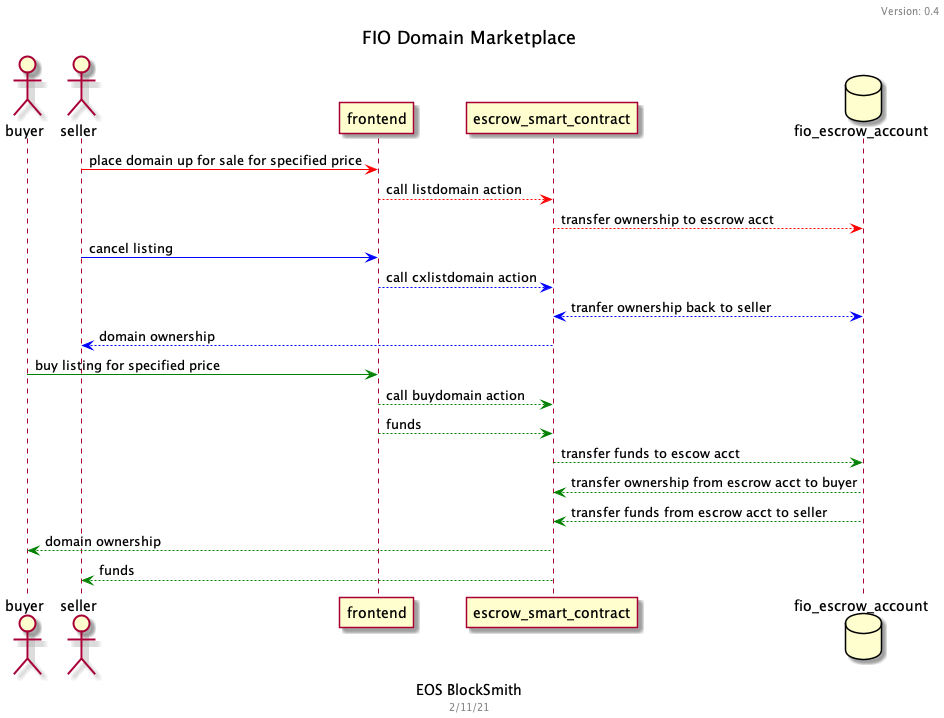
This is FIO Domain Marketplace.png from iwill610/FDM_UMLsd, a PlantUML export, as it was before one commit.
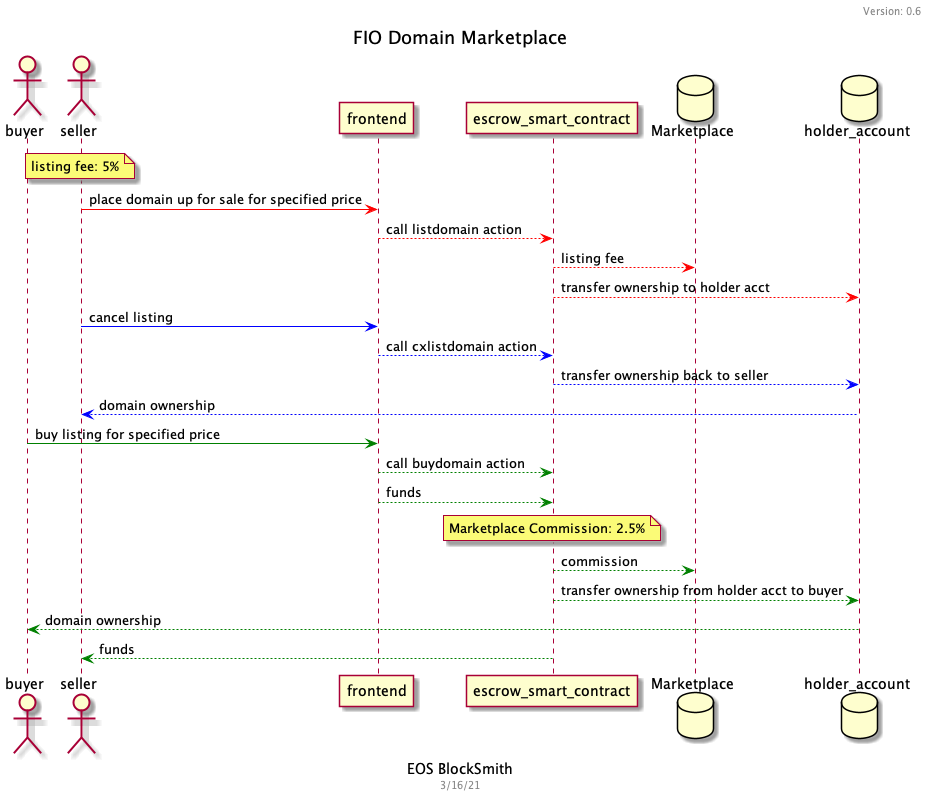
Later version of the same file.

Diff of the diagram source:
```diff
@@ -3,42 +3,48 @@
 
 
 Title FIO Domain Marketplace
-header Version: 0.4
+header Version: 0.6
 caption EOS BlockSmith
-footer 2/11/21
+footer 3/16/21
 
 actor buyer
 actor seller
 participant frontend
 participant escrow_smart_contract as sc
-database fio_escrow_account as acct
+database Marketplace as mp
+database holder_account as acct2
+
+note over seller: listing fee: 5%
 
 seller -[#Red]> frontend: place domain up for sale for specified price
 
 frontend -[#Red]-> sc: call listdomain action
-sc -[#Red]-> acct: transfer ownership to escrow acct
+sc -[#Red]-> mp: listing fee
+sc -[#Red]-> acct2: transfer ownership to holder acct
 
 seller -[#Blue]> frontend: cancel listing
 
 frontend -[#Blue]-> sc: call cxlistdomain action
 
-sc <-[#Blue]-> acct: tranfer ownership back to seller
-sc -[#Blue]-> seller: domain ownership
+sc -[#Blue]-> acct2: transfer ownership back to seller
+acct2 -[#Blue]-> seller: domain ownership
 
 
 
 buyer -[#Green]> frontend: buy listing for specified price
 
 frontend -[#Green]-> sc: call buydomain action
+
 frontend -[#Green]-> sc: funds
+note over sc: Marketplace Commission: 2.5%
 
-sc -[#Green]-> acct: transfer funds to escow acct
+sc -[#Green]-> mp: commission
+
+sc -[#Green]-> acct2: transfer ownership from holder acct to buyer
 
 
-acct -[#Green]-> sc: transfer ownership from escrow acct to buyer
-acct-[#Green]-> sc: transfer funds from escrow acct to seller
 
-sc -[#Green]-> buyer: domain ownership
+acct2 -[#Green]-> buyer: domain ownership
 sc -[#Green]-> seller: funds
 
 
```
